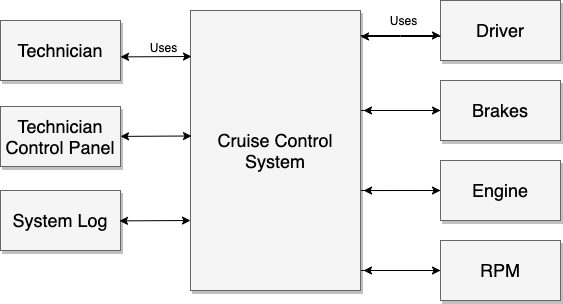
Before: cruiseControl/images/Architectural_Context_Diagram.png, a diagram exported from draw.io (ericaltenburg/cs347). Source tidied: cells renumbered, new cells last; positions are measured from the earlier drawing's top-left corner, leaving out a move shared by most shapes.
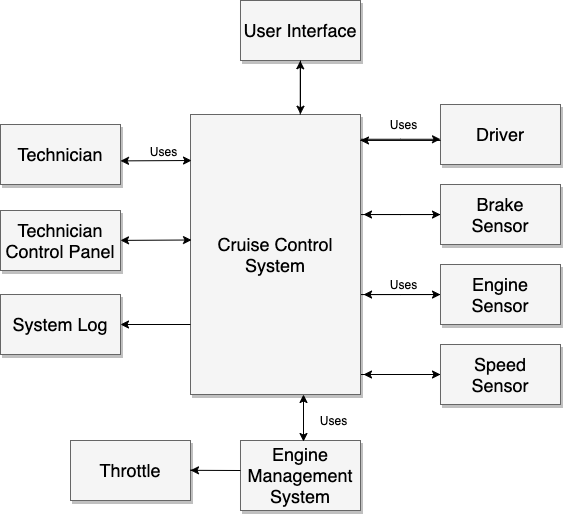
After the change.

Change to the diagram source:
```diff
@@ -29,13 +29,13 @@
         <mxPoint x="363" y="110" as="targetPoint" />
       </mxGeometry>
     </mxCell>
-    <mxCell id="9" value="Brakes" style="whiteSpace=wrap;html=1;shadow=1;fontSize=18;fillColor=#f5f5f5;strokeColor=#666666;" parent="1" vertex="1">
+    <mxCell id="9" value="Brake&lt;br&gt;Sensor" style="whiteSpace=wrap;html=1;shadow=1;fontSize=18;fillColor=#f5f5f5;strokeColor=#666666;" parent="1" vertex="1">
       <mxGeometry x="440" y="80" width="120" height="60" as="geometry" />
     </mxCell>
     <mxCell id="10" style="edgeStyle=orthogonalEdgeStyle;rounded=0;jettySize=auto;html=1;exitX=0;exitY=0.5;exitDx=0;exitDy=0;entryX=1.018;entryY=0.643;entryDx=0;entryDy=0;entryPerimeter=0;" parent="1" edge="1" source="11" target="6">
       <mxGeometry relative="1" as="geometry" />
     </mxCell>
-    <mxCell id="11" value="Engine" style="whiteSpace=wrap;html=1;shadow=1;fontSize=18;fillColor=#f5f5f5;strokeColor=#666666;" parent="1" vertex="1">
+    <mxCell id="11" value="Engine Sensor" style="whiteSpace=wrap;html=1;shadow=1;fontSize=18;fillColor=#f5f5f5;strokeColor=#666666;" parent="1" vertex="1">
       <mxGeometry x="440" y="160" width="120" height="60" as="geometry" />
     </mxCell>
     <mxCell id="12" style="edgeStyle=orthogonalEdgeStyle;rounded=0;jettySize=auto;html=1;exitX=0;exitY=0.5;exitDx=0;exitDy=0;" parent="1" edge="1" source="13">
@@ -43,7 +43,7 @@
         <mxPoint x="363" y="270" as="targetPoint" />
       </mxGeometry>
     </mxCell>
-    <mxCell id="13" value="RPM" style="whiteSpace=wrap;html=1;shadow=1;fontSize=18;fillColor=#f5f5f5;strokeColor=#666666;" parent="1" vertex="1">
+    <mxCell id="13" value="Speed&lt;br&gt;Sensor" style="whiteSpace=wrap;html=1;shadow=1;fontSize=18;fillColor=#f5f5f5;strokeColor=#666666;" parent="1" vertex="1">
       <mxGeometry x="440" y="240" width="120" height="60" as="geometry" />
     </mxCell>
     <mxCell id="14" value="System Log" style="whiteSpace=wrap;html=1;shadow=1;fontSize=18;fillColor=#f5f5f5;strokeColor=#666666;" parent="1" vertex="1">
@@ -61,12 +61,6 @@
     <mxCell id="17" value="Technician Control Panel" style="whiteSpace=wrap;html=1;shadow=1;fontSize=18;fillColor=#f5f5f5;strokeColor=#666666;" parent="1" vertex="1">
       <mxGeometry y="106" width="120" height="60" as="geometry" />
     </mxCell>
-    <mxCell id="18" style="endArrow=classic;startArrow=classic;html=1;entryX=0.006;entryY=0.279;entryDx=0;entryDy=0;entryPerimeter=0;" parent="1" edge="1">
-      <mxGeometry relative="1" as="geometry">
-        <mxPoint x="119" y="220.4" as="sourcePoint" />
-        <mxPoint x="190" y="220" as="targetPoint" />
-      </mxGeometry>
-    </mxCell>
     <mxCell id="19" style="endArrow=classic;startArrow=classic;html=1;entryX=0.006;entryY=0.279;entryDx=0;entryDy=0;entryPerimeter=0;" parent="1" edge="1">
       <mxGeometry relative="1" as="geometry">
         <mxPoint x="120" y="135.9" as="sourcePoint" />
@@ -85,5 +79,55 @@
     <mxCell id="22" value="Uses" style="text;html=1;align=center;verticalAlign=middle;" parent="1" vertex="1">
       <mxGeometry x="143" y="37" width="40" height="20" as="geometry" />
     </mxCell>
+    <mxCell id="23" value="User Interface" style="whiteSpace=wrap;html=1;shadow=1;fontSize=18;fillColor=#f5f5f5;strokeColor=#666666;" parent="1" vertex="1">
+      <mxGeometry x="240" y="-104" width="120" height="60" as="geometry" />
+    </mxCell>
+    <mxCell id="24" style="edgeStyle=orthogonalEdgeStyle;rounded=0;jettySize=auto;html=1;exitX=0.5;exitY=1;exitDx=0;exitDy=0;entryX=0.647;entryY=-0.001;entryDx=0;entryDy=0;entryPerimeter=0;" parent="1" edge="1" source="23" target="6">
+      <mxGeometry relative="1" as="geometry" />
+    </mxCell>
+    <mxCell id="25" style="edgeStyle=orthogonalEdgeStyle;rounded=0;orthogonalLoop=1;jettySize=auto;html=1;exitX=0.5;exitY=1;exitDx=0;exitDy=0;entryX=0.647;entryY=-0.001;entryDx=0;entryDy=0;entryPerimeter=0;" parent="1" edge="1">
+      <mxGeometry relative="1" as="geometry">
+        <mxPoint x="299.8" y="10" as="sourcePoint" />
+        <mxPoint x="299.8" y="-43.7" as="targetPoint" />
+      </mxGeometry>
+    </mxCell>
+    <mxCell id="26" value="Uses" style="text;html=1;align=center;verticalAlign=middle;" parent="1" vertex="1">
+      <mxGeometry x="383" y="170" width="40" height="20" as="geometry" />
+    </mxCell>
+    <mxCell id="27" style="edgeStyle=orthogonalEdgeStyle;rounded=0;jettySize=auto;html=1;exitX=0;exitY=0.75;exitDx=0;exitDy=0;" parent="1" edge="1" source="6">
+      <mxGeometry relative="1" as="geometry">
+        <mxPoint x="120" y="220" as="targetPoint" />
+      </mxGeometry>
+    </mxCell>
+    <mxCell id="28" value="Engine Management System" style="whiteSpace=wrap;html=1;shadow=1;fontSize=18;fillColor=#f5f5f5;strokeColor=#666666;" parent="1" vertex="1">
+      <mxGeometry x="240" y="336" width="120" height="70" as="geometry" />
+    </mxCell>
+    <mxCell id="29" value="Throttle" style="whiteSpace=wrap;html=1;shadow=1;fontSize=18;fillColor=#f5f5f5;strokeColor=#666666;" parent="1" vertex="1">
+      <mxGeometry x="70" y="336" width="120" height="60" as="geometry" />
+    </mxCell>
+    <mxCell id="30" value="Uses" style="text;html=1;align=center;verticalAlign=middle;" parent="1" vertex="1">
+      <mxGeometry x="313" y="306" width="40" height="20" as="geometry" />
+    </mxCell>
+    <mxCell id="31" style="edgeStyle=orthogonalEdgeStyle;rounded=0;orthogonalLoop=1;jettySize=auto;html=1;entryX=1.018;entryY=0.643;entryDx=0;entryDy=0;entryPerimeter=0;" parent="1" edge="1">
+      <mxGeometry relative="1" as="geometry">
+        <mxPoint x="240" y="366" as="sourcePoint" />
+        <mxPoint x="190" y="365.8" as="targetPoint" />
+        <Array as="points">
+          <mxPoint x="190" y="366" />
+        </Array>
+      </mxGeometry>
+    </mxCell>
+    <mxCell id="32" style="edgeStyle=orthogonalEdgeStyle;rounded=0;orthogonalLoop=1;jettySize=auto;html=1;exitX=0.5;exitY=1;exitDx=0;exitDy=0;" parent="1" edge="1">
+      <mxGeometry relative="1" as="geometry">
+        <mxPoint x="303" y="336" as="sourcePoint" />
+        <mxPoint x="303" y="290" as="targetPoint" />
+      </mxGeometry>
+    </mxCell>
+    <mxCell id="33" style="edgeStyle=orthogonalEdgeStyle;rounded=0;orthogonalLoop=1;jettySize=auto;html=1;exitX=0.5;exitY=1;exitDx=0;exitDy=0;" parent="1" edge="1">
+      <mxGeometry relative="1" as="geometry">
+        <mxPoint x="303" y="293" as="sourcePoint" />
+        <mxPoint x="303" y="337" as="targetPoint" />
+      </mxGeometry>
+    </mxCell>
   </root>
 </mxGraphModel>
```
